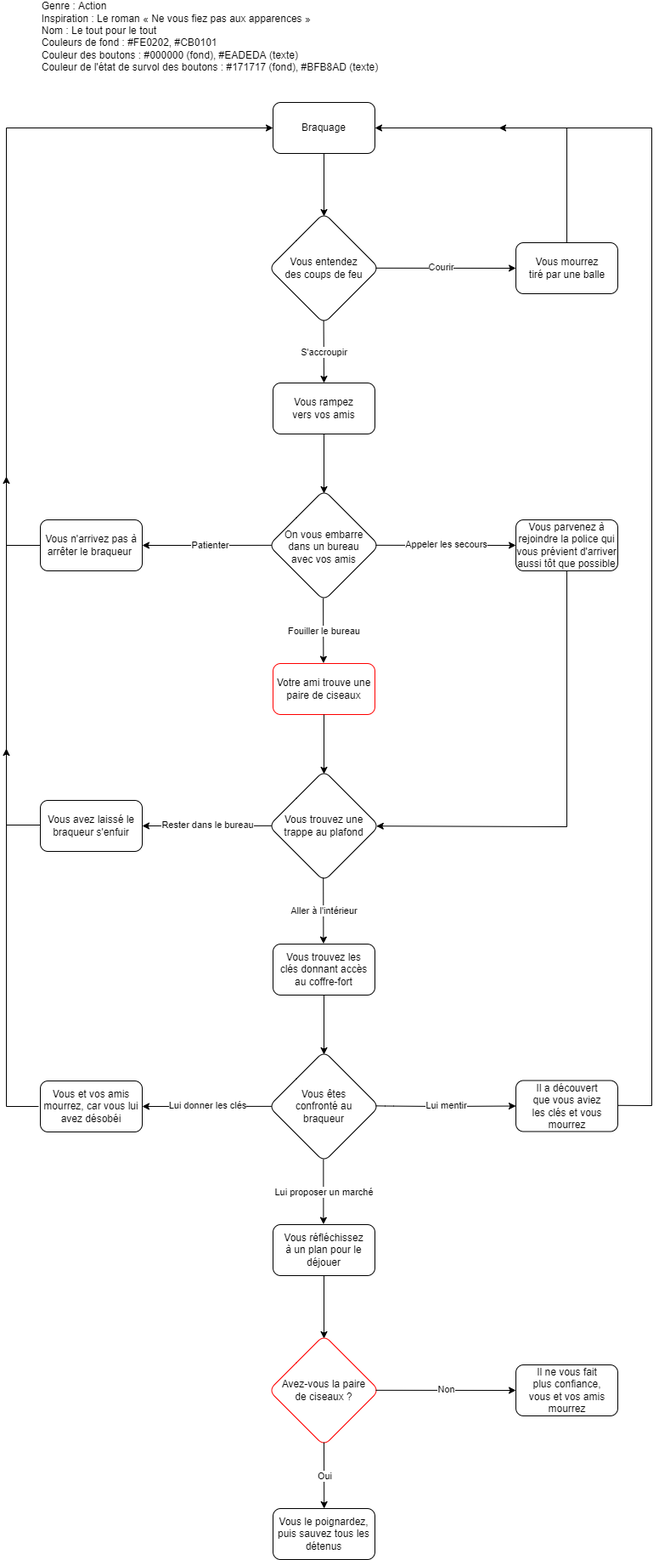
This is assets/schema.png from M-lie/vous-etes-le-heros-le-tout-pour-le-tout, a draw.io export, as it was before one commit. Source tidied: cells renumbered, new cells last; positions are measured from the earlier drawing's top-left corner, leaving out a move shared by most shapes.
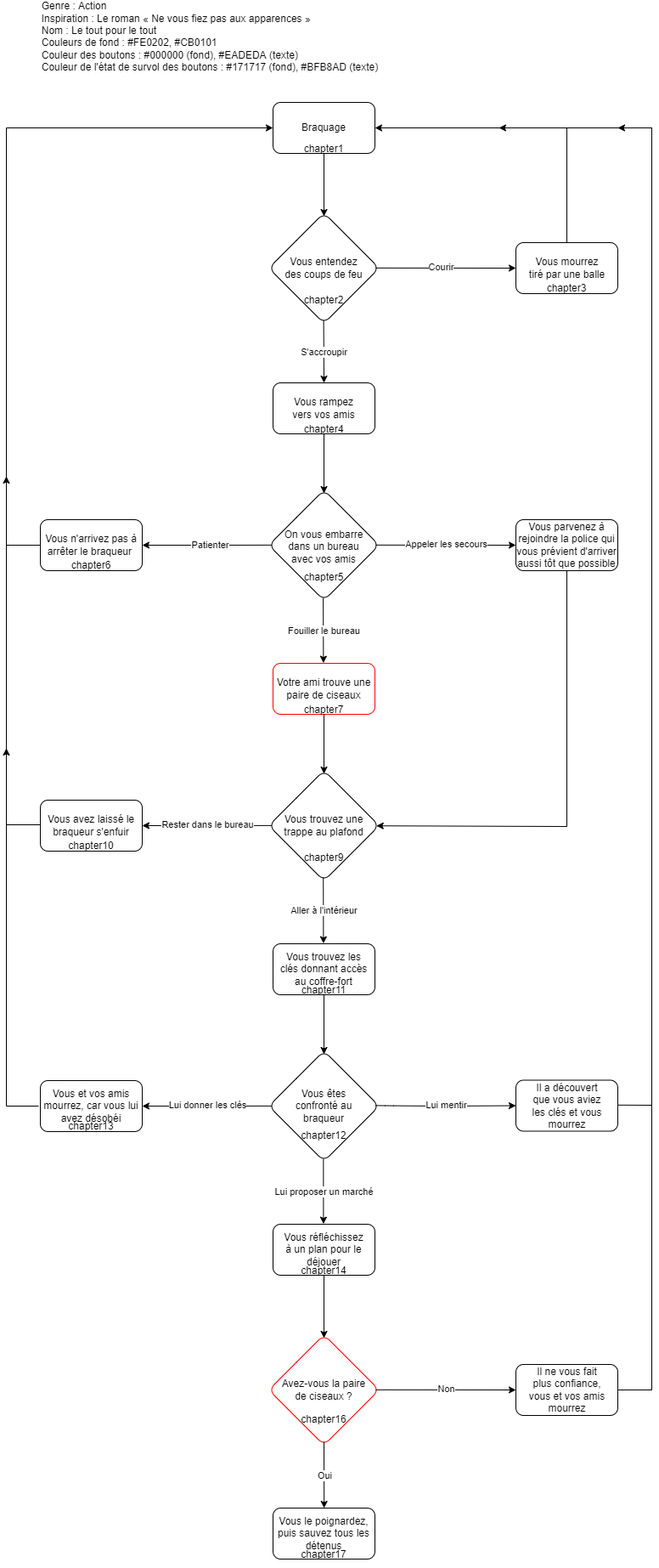
The same file after the commit.

The edit, as a diff of the source:
```diff
@@ -227,6 +227,7 @@
         <Array as="points">
           <mxPoint x="760" y="1300" />
           <mxPoint x="760" y="150" />
+          <mxPoint x="730" y="150" />
         </Array>
       </mxGeometry>
     </mxCell>
@@ -243,6 +244,15 @@
         <mxPoint y="-1" as="offset" />
       </mxGeometry>
     </mxCell>
+    <mxCell id="74" style="edgeStyle=none;html=1;fontColor=#000000;exitX=1;exitY=0.5;exitDx=0;exitDy=0;strokeColor=#000000;rounded=0;" parent="1" edge="1" source="56">
+      <mxGeometry relative="1" as="geometry">
+        <mxPoint x="720" y="150" as="targetPoint" />
+        <Array as="points">
+          <mxPoint x="760" y="1635" />
+          <mxPoint x="760" y="150" />
+        </Array>
+      </mxGeometry>
+    </mxCell>
     <mxCell id="59" value="Il ne vous fait plus confiance, vous et vos amis mourrez" style="text;html=1;strokeColor=none;fillColor=none;align=center;verticalAlign=middle;whiteSpace=wrap;rounded=0;fontColor=#000000;" parent="1" vertex="1">
       <mxGeometry x="613.8" y="1620" width="92.5" height="30" as="geometry" />
     </mxCell>
@@ -311,5 +321,50 @@
     <mxCell id="73" value="Il a découvert que vous aviez les clés et vous mourrez" style="text;html=1;strokeColor=none;fillColor=none;align=center;verticalAlign=middle;whiteSpace=wrap;rounded=0;fontColor=#000000;" parent="1" vertex="1">
       <mxGeometry x="613.8" y="1285.5" width="92.5" height="30" as="geometry" />
     </mxCell>
+    <mxCell id="75" value="chapter1" style="text;html=1;strokeColor=none;fillColor=none;align=center;verticalAlign=middle;whiteSpace=wrap;rounded=0;fontColor=#000000;" parent="1" vertex="1">
+      <mxGeometry x="344" y="160" width="60" height="30" as="geometry" />
+    </mxCell>
+    <mxCell id="76" value="chapter2" style="text;html=1;strokeColor=none;fillColor=none;align=center;verticalAlign=middle;whiteSpace=wrap;rounded=0;fontColor=#000000;" parent="1" vertex="1">
+      <mxGeometry x="344" y="338" width="60" height="30" as="geometry" />
+    </mxCell>
+    <mxCell id="77" value="chapter3" style="text;html=1;strokeColor=none;fillColor=none;align=center;verticalAlign=middle;whiteSpace=wrap;rounded=0;fontColor=#000000;" parent="1" vertex="1">
+      <mxGeometry x="630" y="324" width="60" height="30" as="geometry" />
+    </mxCell>
+    <mxCell id="78" value="chapter4" style="text;html=1;strokeColor=none;fillColor=none;align=center;verticalAlign=middle;whiteSpace=wrap;rounded=0;fontColor=#000000;" parent="1" vertex="1">
+      <mxGeometry x="344" y="490" width="60" height="30" as="geometry" />
+    </mxCell>
+    <mxCell id="79" value="chapter6" style="text;html=1;strokeColor=none;fillColor=none;align=center;verticalAlign=middle;whiteSpace=wrap;rounded=0;fontColor=#000000;" parent="1" vertex="1">
+      <mxGeometry x="70" y="650" width="60" height="30" as="geometry" />
+    </mxCell>
+    <mxCell id="80" value="chapter5" style="text;html=1;strokeColor=none;fillColor=none;align=center;verticalAlign=middle;whiteSpace=wrap;rounded=0;fontColor=#000000;" parent="1" vertex="1">
+      <mxGeometry x="344" y="664" width="60" height="30" as="geometry" />
+    </mxCell>
+    <mxCell id="81" value="chapter7" style="text;html=1;strokeColor=none;fillColor=none;align=center;verticalAlign=middle;whiteSpace=wrap;rounded=0;fontColor=#000000;" parent="1" vertex="1">
+      <mxGeometry x="344" y="820" width="60" height="30" as="geometry" />
+    </mxCell>
+    <mxCell id="82" value="chapter9" style="text;html=1;strokeColor=none;fillColor=none;align=center;verticalAlign=middle;whiteSpace=wrap;rounded=0;fontColor=#000000;" parent="1" vertex="1">
+      <mxGeometry x="344" y="994" width="60" height="30" as="geometry" />
+    </mxCell>
+    <mxCell id="83" value="chapter10" style="text;html=1;strokeColor=none;fillColor=none;align=center;verticalAlign=middle;whiteSpace=wrap;rounded=0;fontColor=#000000;" parent="1" vertex="1">
+      <mxGeometry x="70" y="980" width="60" height="30" as="geometry" />
+    </mxCell>
+    <mxCell id="84" value="chapter12" style="text;html=1;strokeColor=none;fillColor=none;align=center;verticalAlign=middle;whiteSpace=wrap;rounded=0;fontColor=#000000;" parent="1" vertex="1">
+      <mxGeometry x="344" y="1321" width="60" height="30" as="geometry" />
+    </mxCell>
+    <mxCell id="85" value="chapter14" style="text;html=1;strokeColor=none;fillColor=none;align=center;verticalAlign=middle;whiteSpace=wrap;rounded=0;fontColor=#000000;" parent="1" vertex="1">
+      <mxGeometry x="344" y="1480" width="60" height="30" as="geometry" />
+    </mxCell>
+    <mxCell id="86" value="chapter11" style="text;html=1;strokeColor=none;fillColor=none;align=center;verticalAlign=middle;whiteSpace=wrap;rounded=0;fontColor=#000000;" parent="1" vertex="1">
+      <mxGeometry x="344" y="1150" width="60" height="30" as="geometry" />
+    </mxCell>
+    <mxCell id="87" value="chapter13" style="text;html=1;strokeColor=none;fillColor=none;align=center;verticalAlign=middle;whiteSpace=wrap;rounded=0;fontColor=#000000;" parent="1" vertex="1">
+      <mxGeometry x="70" y="1310" width="60" height="30" as="geometry" />
+    </mxCell>
+    <mxCell id="88" value="chapter16" style="text;html=1;strokeColor=none;fillColor=none;align=center;verticalAlign=middle;whiteSpace=wrap;rounded=0;fontColor=#000000;" parent="1" vertex="1">
+      <mxGeometry x="344" y="1655" width="60" height="30" as="geometry" />
+    </mxCell>
+    <mxCell id="89" value="chapter17" style="text;html=1;strokeColor=none;fillColor=none;align=center;verticalAlign=middle;whiteSpace=wrap;rounded=0;fontColor=#000000;" parent="1" vertex="1">
+      <mxGeometry x="344" y="1814" width="60" height="30" as="geometry" />
+    </mxCell>
   </root>
 </mxGraphModel>
```
